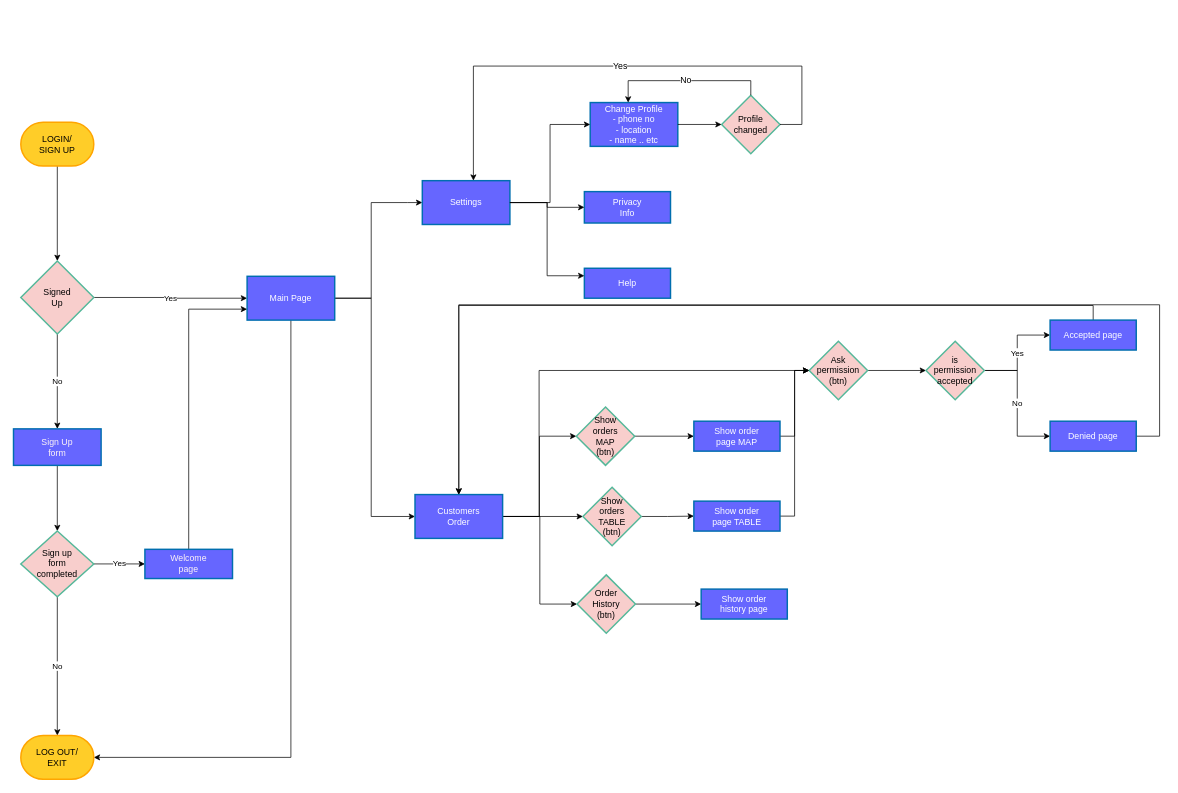
The draw.io diagram designing files/employeeuserflowchart.drawio in Amares03/MERKEB, before the edit. Source tidied: cells renumbered, new cells numbered last; positions are measured from the earlier drawing's top-left corner, leaving out a move shared by most shapes. Both pictures are drawn from the tidied source at 73%, with x=0, y=0 at pixel (13, 66).
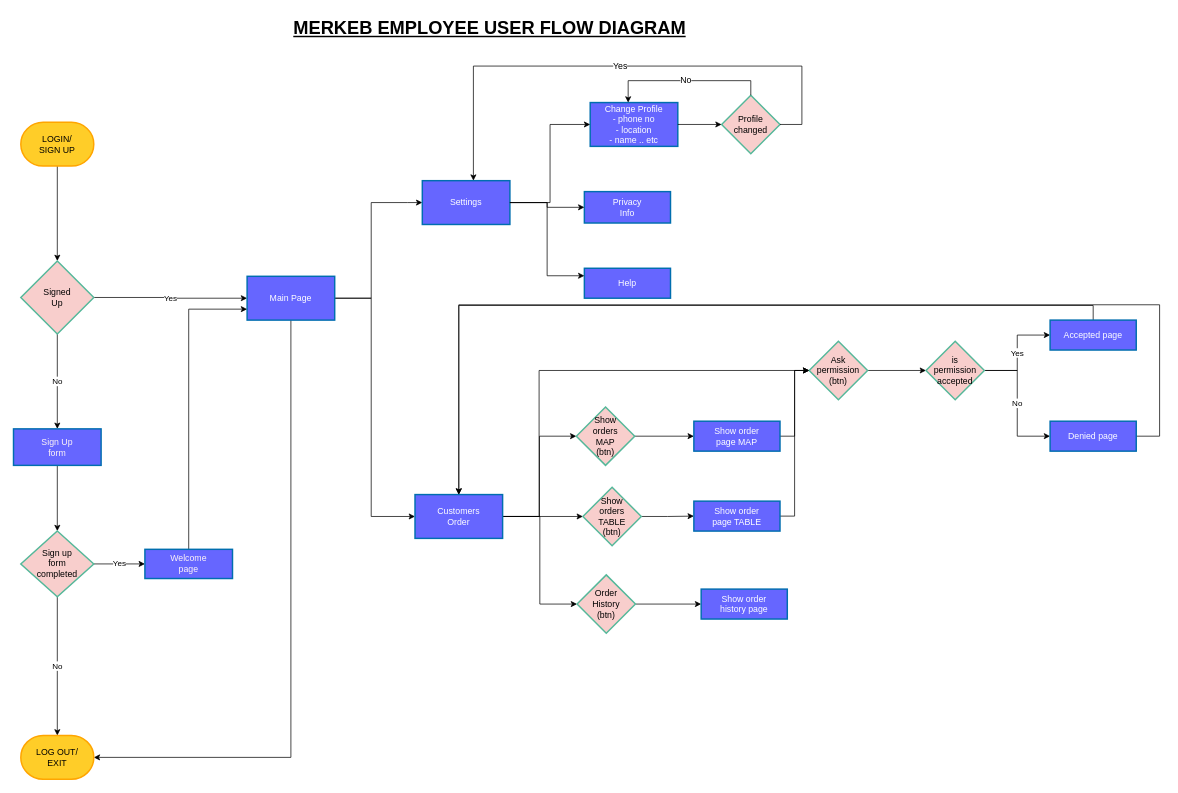
After the change.

Commit message:
edit flow chart

Diff of the diagram source:
```diff
@@
+    <mxCell id="56" value="MERKEB EMPLOYEE USER FLOW DIAGRAM" style="text;html=1;align=center;verticalAlign=middle;strokeColor=none;fillColor=none;fontSize=25;fontFamily=Helvetica;fontColor=#000000;fontStyle=5;" parent="1" vertex="1">
+      <mxGeometry x="377" y="-73" width="550" height="40" as="geometry" />
+    </mxCell>
```
